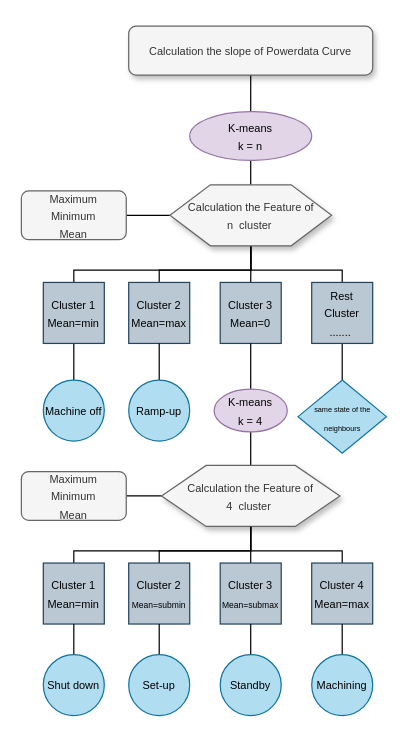
Earlier version of the draw.io diagram method-calender.drawio (nimeng95/monika). Source tidied: cells renumbered, new cells numbered last; positions are measured from the earlier drawing's top-left corner, leaving out a move shared by most shapes. Both pictures are drawn from the tidied source at 122%, with x=0, y=0 at pixel (21, 26).
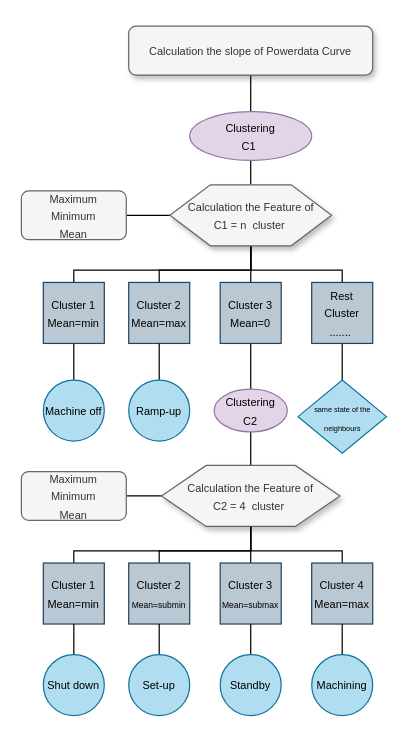
Above is the later version.

The edit, as a diff of the source:
```diff
@@
-    <mxCell id="5" value="&lt;font style=&quot;font-size: 9px&quot;&gt;K-means&lt;br&gt;k = n&lt;/font&gt;" style="ellipse;whiteSpace=wrap;html=1;fillColor=#e1d5e7;strokeColor=#9673a6;shadow=0;" parent="1" vertex="1">
+    <mxCell id="5" value="&lt;font style=&quot;font-size: 9px&quot;&gt;Clustering&lt;br&gt;C1&amp;nbsp;&lt;/font&gt;" style="ellipse;whiteSpace=wrap;html=1;fillColor=#e1d5e7;strokeColor=#9673a6;shadow=0;" parent="1" vertex="1">
       <mxGeometry x="138" y="70" width="100" height="40" as="geometry" />
     </mxCell>
@@
-    <mxCell id="11" value="&lt;font style=&quot;font-size: 9px&quot;&gt;Calculation the Feature of &lt;br&gt;n &amp;nbsp;cluster&amp;nbsp;&lt;/font&gt;" style="shape=hexagon;perimeter=hexagonPerimeter2;whiteSpace=wrap;html=1;fillColor=#f5f5f5;strokeColor=#666666;fontColor=#333333;shadow=1;" parent="1" vertex="1">
+    <mxCell id="11" value="&lt;font style=&quot;font-size: 9px&quot;&gt;Calculation the Feature of &lt;br&gt;C1 = n &amp;nbsp;cluster&amp;nbsp;&lt;/font&gt;" style="shape=hexagon;perimeter=hexagonPerimeter2;whiteSpace=wrap;html=1;fillColor=#f5f5f5;strokeColor=#666666;fontColor=#333333;shadow=1;" parent="1" vertex="1">
       <mxGeometry x="121.8" y="130" width="132.5" height="50" as="geometry" />
     </mxCell>
@@
-    <mxCell id="24" value="&lt;font style=&quot;font-size: 9px&quot;&gt;K-means&lt;br&gt;k = 4&lt;/font&gt;" style="ellipse;whiteSpace=wrap;html=1;fillColor=#e1d5e7;strokeColor=#9673a6;shadow=0;" parent="1" vertex="1">
+    <mxCell id="24" value="&lt;font style=&quot;font-size: 9px&quot;&gt;Clustering&lt;br&gt;C2&lt;br&gt;&lt;/font&gt;" style="ellipse;whiteSpace=wrap;html=1;fillColor=#e1d5e7;strokeColor=#9673a6;shadow=0;" parent="1" vertex="1">
       <mxGeometry x="158" y="297.5" width="60" height="35" as="geometry" />
     </mxCell>
@@
-    <mxCell id="29" value="&lt;font style=&quot;font-size: 9px&quot;&gt;Calculation the Feature of &lt;br&gt;4 &amp;nbsp;cluster&amp;nbsp;&lt;/font&gt;" style="shape=hexagon;perimeter=hexagonPerimeter2;whiteSpace=wrap;html=1;fillColor=#f5f5f5;strokeColor=#666666;fontColor=#333333;shadow=1;" parent="1" vertex="1">
+    <mxCell id="29" value="&lt;font style=&quot;font-size: 9px&quot;&gt;Calculation the Feature of &lt;br&gt;C2 = 4 &amp;nbsp;cluster&amp;nbsp;&lt;/font&gt;" style="shape=hexagon;perimeter=hexagonPerimeter2;whiteSpace=wrap;html=1;fillColor=#f5f5f5;strokeColor=#666666;fontColor=#333333;shadow=1;" parent="1" vertex="1">
       <mxGeometry x="114.9" y="360" width="146.2" height="50" as="geometry" />
     </mxCell>
```
